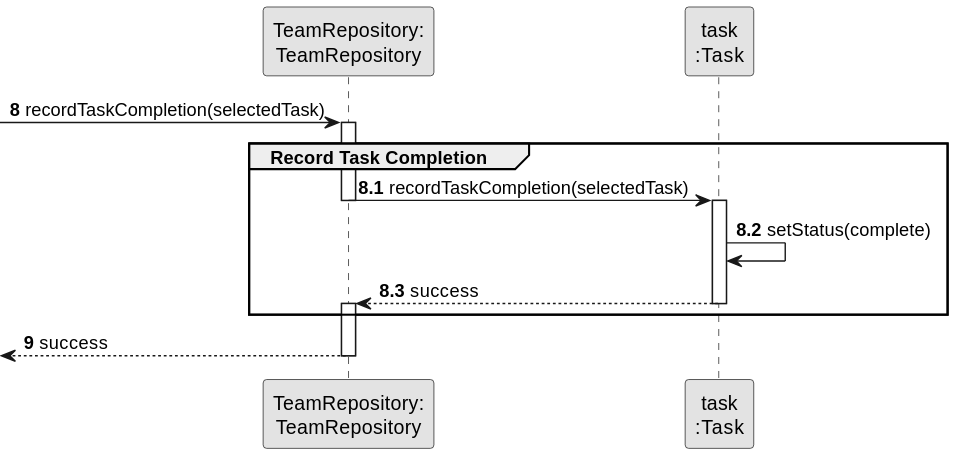
Earlier version of the PlantUML export docs/sprintC/us029/03.design/svg/us029-sequence-diagram-partial-record-task-completion.svg (ricardomm7/leaflink).
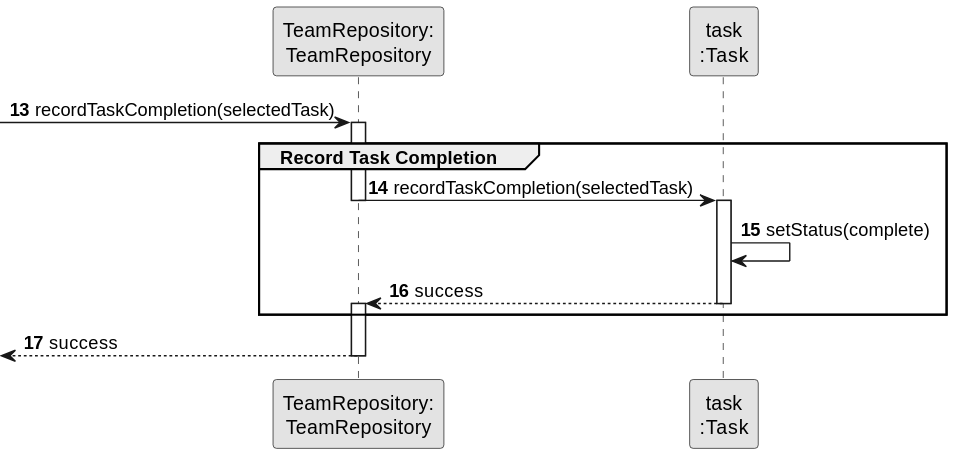
The same diagram one commit later.

What changed in the source:
```diff
@@ -7,12 +7,11 @@
 participant "TeamRepository:\nTeamRepository" as TeamRepository
 participant "task\n:Task" as Task
 
-autonumber 8
+autonumber 13
 -> TeamRepository : recordTaskCompletion(selectedTask)
 activate TeamRepository
 
     group Record Task Completion
-    autonumber 8.1
 
     TeamRepository -> Task : recordTaskCompletion(selectedTask)
     deactivate TeamRepository
@@ -29,7 +28,6 @@
 
     end
 
-autonumber 9
      <-- TeamRepository: success
 deactivate TeamRepository
 @enduml
```
